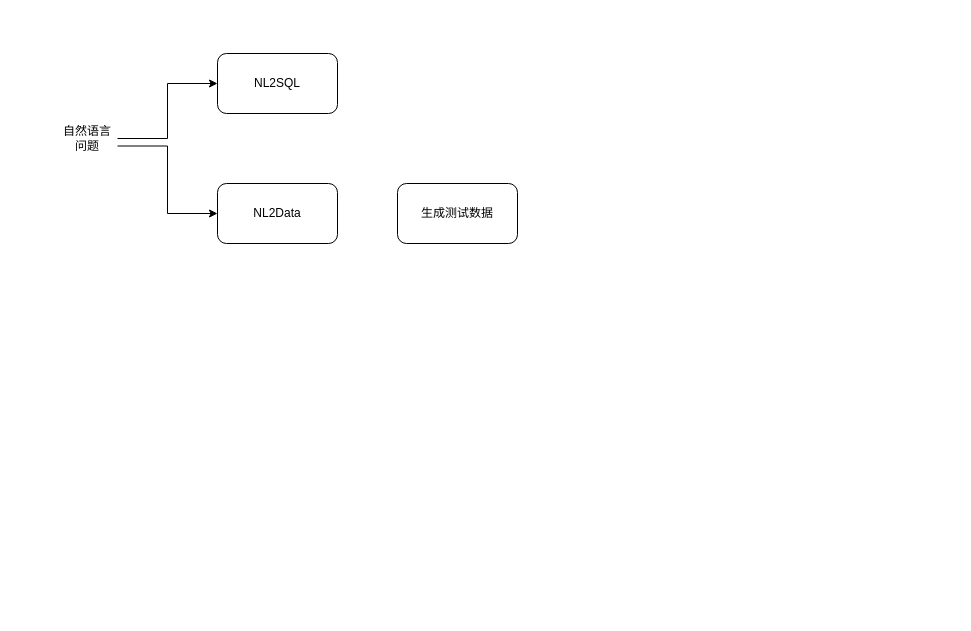
The draw.io diagram 未命名绘图.drawio in tyro-li/hello, before the edit. Source tidied: cells renumbered, new cells numbered last; positions are measured from the earlier drawing's top-left corner, leaving out a move shared by most shapes. Both pictures are drawn from the tidied source at 100%, with x=0, y=0 at pixel (57, 53).
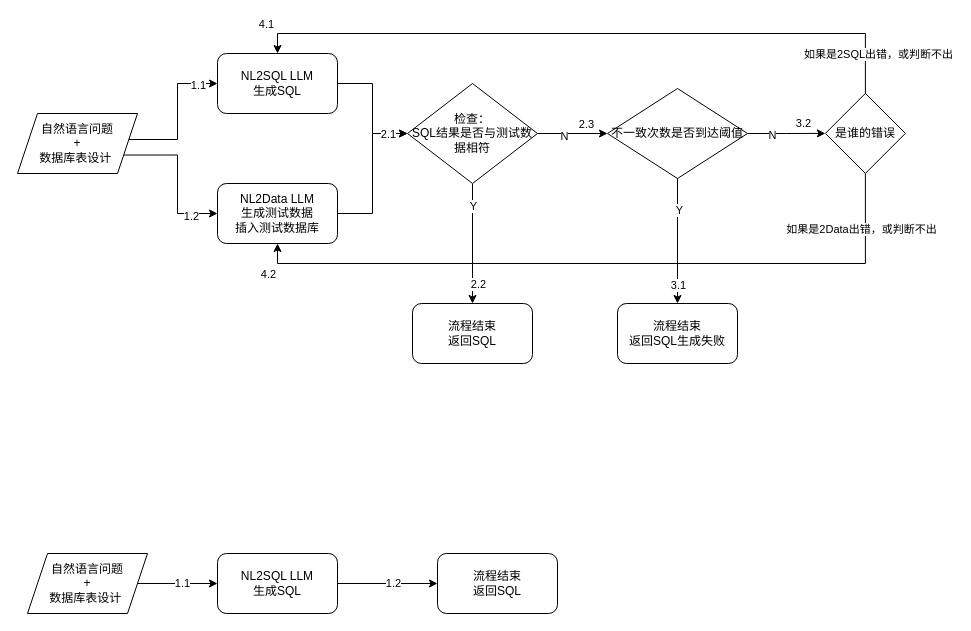
Above is the later version.

Commit message:
更新未命名绘图.drawio

Change to the diagram source:
```diff
@@
+    <mxCell id="8" style="edgeStyle=orthogonalEdgeStyle;rounded=0;jettySize=auto;html=1;exitX=1;exitY=0.5;exitDx=0;exitDy=0;entryX=0;entryY=0.5;entryDx=0;entryDy=0;" parent="1" edge="1" source="2" target="19">
+      <mxGeometry relative="1" as="geometry" />
+    </mxCell>
-    <mxCell id="2" value="NL2SQL" style="rounded=1;whiteSpace=wrap;html=1;" parent="1" vertex="1">
+    <mxCell id="2" value="NL2SQL LLM&lt;div&gt;生成SQL&lt;/div&gt;" style="rounded=1;whiteSpace=wrap;html=1;" parent="1" vertex="1">
       <mxGeometry x="160" width="120" height="60" as="geometry" />
     </mxCell>
+    <mxCell id="9" style="edgeStyle=orthogonalEdgeStyle;rounded=0;jettySize=auto;html=1;exitX=1;exitY=0.5;exitDx=0;exitDy=0;entryX=0;entryY=0.5;entryDx=0;entryDy=0;" parent="1" edge="1" source="3" target="19">
+      <mxGeometry relative="1" as="geometry" />
+    </mxCell>
+    <mxCell id="10" value="2.1" style="edgeLabel;html=1;align=center;verticalAlign=middle;" parent="9" vertex="1">
+      <mxGeometry x="0.73" relative="1" as="geometry" />
+    </mxCell>
-    <mxCell id="3" value="NL2Data" style="rounded=1;whiteSpace=wrap;html=1;" parent="1" vertex="1">
+    <mxCell id="3" value="NL2Data LLM&lt;div&gt;生成测试数据&lt;/div&gt;&lt;div&gt;插入测试数据库&lt;/div&gt;" style="rounded=1;whiteSpace=wrap;html=1;" parent="1" vertex="1">
       <mxGeometry x="160" y="130" width="120" height="60" as="geometry" />
     </mxCell>
-    <mxCell id="4" style="edgeStyle=orthogonalEdgeStyle;rounded=0;jettySize=auto;html=1;exitX=1;exitY=0.5;exitDx=0;exitDy=0;entryX=0;entryY=0.5;entryDx=0;entryDy=0;" parent="1" edge="1" source="6" target="2">
-      <mxGeometry relative="1" as="geometry" />
+    <mxCell id="4" style="edgeStyle=orthogonalEdgeStyle;rounded=0;jettySize=auto;html=1;exitX=1;exitY=0.5;exitDx=0;exitDy=0;entryX=0;entryY=0.5;entryDx=0;entryDy=0;" parent="1" edge="1" target="2">
+      <mxGeometry relative="1" as="geometry">
+        <mxPoint x="60" y="85" as="sourcePoint" />
+        <Array as="points">
+          <mxPoint x="60" y="86" />
+          <mxPoint x="120" y="86" />
+          <mxPoint x="120" y="30" />
+        </Array>
+      </mxGeometry>
     </mxCell>
+    <mxCell id="11" value="1.1" style="edgeLabel;html=1;align=center;verticalAlign=middle;" parent="4" vertex="1">
+      <mxGeometry x="0.47" y="-1" relative="1" as="geometry">
+        <mxPoint x="19" y="-1" as="offset" />
+      </mxGeometry>
+    </mxCell>
-    <mxCell id="5" style="edgeStyle=orthogonalEdgeStyle;rounded=0;jettySize=auto;html=1;exitX=1;exitY=0.75;exitDx=0;exitDy=0;entryX=0;entryY=0.5;entryDx=0;entryDy=0;" parent="1" edge="1" source="6" target="3">
+    <mxCell id="5" style="edgeStyle=orthogonalEdgeStyle;rounded=0;jettySize=auto;html=1;exitX=1;exitY=0.75;exitDx=0;exitDy=0;entryX=0;entryY=0.5;entryDx=0;entryDy=0;" parent="1" edge="1" source="21" target="3">
       <mxGeometry relative="1" as="geometry" />
     </mxCell>
-    <mxCell id="6" value="自然语言问题" style="text;html=1;align=center;verticalAlign=middle;whiteSpace=wrap;rounded=0;" parent="1" vertex="1">
-      <mxGeometry y="70" width="60" height="30" as="geometry" />
-    </mxCell>
-    <mxCell id="7" value="生成测试数据" style="rounded=1;whiteSpace=wrap;html=1;" parent="1" vertex="1">
-      <mxGeometry x="340" y="130" width="120" height="60" as="geometry" />
-    </mxCell>
+    <mxCell id="12" value="1.2" style="edgeLabel;html=1;align=center;verticalAlign=middle;" parent="5" vertex="1">
+      <mxGeometry x="0.65" y="-2" relative="1" as="geometry" />
+    </mxCell>
+    <mxCell id="13" style="edgeStyle=orthogonalEdgeStyle;rounded=0;jettySize=auto;html=1;exitX=0.5;exitY=1;exitDx=0;exitDy=0;entryX=0.5;entryY=0;entryDx=0;entryDy=0;" parent="1" edge="1" source="19" target="20">
+      <mxGeometry relative="1" as="geometry" />
+    </mxCell>
+    <mxCell id="14" value="Y" style="edgeLabel;html=1;align=center;verticalAlign=middle;" parent="13" vertex="1">
+      <mxGeometry x="-0.63" relative="1" as="geometry" />
+    </mxCell>
+    <mxCell id="15" value="2.2" style="edgeLabel;html=1;align=center;verticalAlign=middle;" parent="13" vertex="1">
+      <mxGeometry x="-0.32" relative="1" as="geometry">
+        <mxPoint x="5" y="59" as="offset" />
+      </mxGeometry>
+    </mxCell>
+    <mxCell id="16" style="edgeStyle=orthogonalEdgeStyle;rounded=0;jettySize=auto;html=1;exitX=1;exitY=0.5;exitDx=0;exitDy=0;entryX=0;entryY=0.5;entryDx=0;entryDy=0;" parent="1" edge="1" source="19" target="32">
+      <mxGeometry relative="1" as="geometry" />
+    </mxCell>
+    <mxCell id="17" value="N" style="edgeLabel;html=1;align=center;verticalAlign=middle;" parent="16" vertex="1">
+      <mxGeometry x="-0.27" y="-2" relative="1" as="geometry" />
+    </mxCell>
+    <mxCell id="18" value="2.3" style="edgeLabel;html=1;align=center;verticalAlign=middle;" parent="16" vertex="1">
+      <mxGeometry x="0.37" relative="1" as="geometry">
+        <mxPoint y="-10" as="offset" />
+      </mxGeometry>
+    </mxCell>
+    <mxCell id="19" value="检查：&lt;div&gt;SQL结果是否与测试数据相符&lt;/div&gt;" style="rhombus;whiteSpace=wrap;html=1;" parent="1" vertex="1">
+      <mxGeometry x="350" y="30" width="130" height="100" as="geometry" />
+    </mxCell>
+    <mxCell id="20" value="流程结束&lt;div&gt;返回SQL&lt;/div&gt;" style="rounded=1;whiteSpace=wrap;html=1;" parent="1" vertex="1">
+      <mxGeometry x="355" y="250" width="120" height="60" as="geometry" />
+    </mxCell>
+    <mxCell id="21" value="自然语言问题&lt;div&gt;+&lt;/div&gt;&lt;div&gt;数据库表设计&amp;nbsp;&lt;/div&gt;" style="shape=parallelogram;perimeter=parallelogramPerimeter;whiteSpace=wrap;html=1;fixedSize=1;" parent="1" vertex="1">
+      <mxGeometry x="-40" y="60" width="120" height="60" as="geometry" />
+    </mxCell>
+    <mxCell id="22" style="edgeStyle=orthogonalEdgeStyle;rounded=0;jettySize=auto;html=1;exitX=0.5;exitY=0;exitDx=0;exitDy=0;entryX=0.5;entryY=0;entryDx=0;entryDy=0;" parent="1" edge="1" source="28" target="2">
+      <mxGeometry relative="1" as="geometry" />
+    </mxCell>
+    <mxCell id="23" value="如果是2SQL出错，或判断不出" style="edgeLabel;html=1;align=center;verticalAlign=middle;" parent="22" vertex="1">
+      <mxGeometry x="-0.04" y="5" relative="1" as="geometry">
+        <mxPoint x="274" y="15" as="offset" />
+      </mxGeometry>
+    </mxCell>
+    <mxCell id="24" value="4.1" style="edgeLabel;html=1;align=center;verticalAlign=middle;" parent="22" vertex="1">
+      <mxGeometry x="-0.41" relative="1" as="geometry">
+        <mxPoint x="-462" y="-10" as="offset" />
+      </mxGeometry>
+    </mxCell>
+    <mxCell id="25" style="edgeStyle=orthogonalEdgeStyle;rounded=0;jettySize=auto;html=1;exitX=0.5;exitY=1;exitDx=0;exitDy=0;entryX=0.5;entryY=1;entryDx=0;entryDy=0;" parent="1" edge="1" source="28" target="3">
+      <mxGeometry relative="1" as="geometry" />
+    </mxCell>
+    <mxCell id="26" value="如果是2Data出错，或判断不出" style="edgeLabel;html=1;align=center;verticalAlign=middle;" parent="25" vertex="1">
+      <mxGeometry x="-0.84" y="-4" relative="1" as="geometry" />
+    </mxCell>
+    <mxCell id="27" value="4.2" style="edgeLabel;html=1;align=center;verticalAlign=middle;" parent="25" vertex="1">
+      <mxGeometry x="0.9" y="3" relative="1" as="geometry">
+        <mxPoint x="-25" y="7" as="offset" />
+      </mxGeometry>
+    </mxCell>
+    <mxCell id="28" value="是谁的错误" style="rhombus;whiteSpace=wrap;html=1;" parent="1" vertex="1">
+      <mxGeometry x="767.9" y="39.9" width="80" height="80" as="geometry" />
+    </mxCell>
+    <mxCell id="29" style="edgeStyle=orthogonalEdgeStyle;rounded=0;jettySize=auto;html=1;exitX=1;exitY=0.5;exitDx=0;exitDy=0;entryX=0;entryY=0.5;entryDx=0;entryDy=0;" parent="1" edge="1" source="32" target="28">
+      <mxGeometry relative="1" as="geometry" />
+    </mxCell>
+    <mxCell id="30" value="N" style="edgeLabel;html=1;align=center;verticalAlign=middle;" parent="29" vertex="1">
+      <mxGeometry x="-0.39" y="-1" relative="1" as="geometry" />
+    </mxCell>
+    <mxCell id="31" value="3.2" style="edgeLabel;html=1;align=center;verticalAlign=middle;" parent="29" vertex="1">
+      <mxGeometry x="0.44" y="1" relative="1" as="geometry">
+        <mxPoint y="-9" as="offset" />
+      </mxGeometry>
+    </mxCell>
+    <mxCell id="32" value="不一致次数是否到达阈值" style="rhombus;whiteSpace=wrap;html=1;" parent="1" vertex="1">
+      <mxGeometry x="550" y="35" width="140" height="90" as="geometry" />
+    </mxCell>
+    <mxCell id="33" value="流程结束&lt;div&gt;返回SQL生成失败&lt;/div&gt;" style="rounded=1;whiteSpace=wrap;html=1;" parent="1" vertex="1">
+      <mxGeometry x="560" y="250" width="120" height="60" as="geometry" />
+    </mxCell>
+    <mxCell id="34" style="edgeStyle=orthogonalEdgeStyle;rounded=0;jettySize=auto;html=1;exitX=0.5;exitY=1;exitDx=0;exitDy=0;" parent="1" edge="1" source="32" target="33">
+      <mxGeometry relative="1" as="geometry" />
+    </mxCell>
+    <mxCell id="35" value="Y" style="edgeLabel;html=1;align=center;verticalAlign=middle;" parent="34" vertex="1">
+      <mxGeometry x="-0.5" y="1" relative="1" as="geometry" />
+    </mxCell>
+    <mxCell id="36" value="3.1" style="edgeLabel;html=1;align=center;verticalAlign=middle;" parent="34" vertex="1">
+      <mxGeometry x="0.7" relative="1" as="geometry" />
+    </mxCell>
+    <mxCell id="37" style="edgeStyle=orthogonalEdgeStyle;rounded=0;jettySize=auto;html=1;exitX=1;exitY=0.5;exitDx=0;exitDy=0;entryX=0;entryY=0.5;entryDx=0;entryDy=0;" parent="1" edge="1" source="39" target="42">
+      <mxGeometry relative="1" as="geometry" />
+    </mxCell>
+    <mxCell id="38" value="1.1" style="edgeLabel;html=1;align=center;verticalAlign=middle;" parent="37" vertex="1">
+      <mxGeometry x="0.1" y="1" relative="1" as="geometry" />
+    </mxCell>
+    <mxCell id="39" value="自然语言问题&lt;div&gt;+&lt;/div&gt;&lt;div&gt;数据库表设计&amp;nbsp;&lt;/div&gt;" style="shape=parallelogram;perimeter=parallelogramPerimeter;whiteSpace=wrap;html=1;fixedSize=1;" parent="1" vertex="1">
+      <mxGeometry x="-30" y="500" width="120" height="60" as="geometry" />
+    </mxCell>
+    <mxCell id="40" style="edgeStyle=orthogonalEdgeStyle;rounded=0;jettySize=auto;html=1;exitX=1;exitY=0.5;exitDx=0;exitDy=0;entryX=0;entryY=0.5;entryDx=0;entryDy=0;" parent="1" edge="1" source="42" target="43">
+      <mxGeometry relative="1" as="geometry" />
+    </mxCell>
+    <mxCell id="41" value="1.2" style="edgeLabel;html=1;align=center;verticalAlign=middle;" parent="40" vertex="1">
+      <mxGeometry x="0.1" y="1" relative="1" as="geometry" />
+    </mxCell>
+    <mxCell id="42" value="NL2SQL LLM&lt;div&gt;生成SQL&lt;/div&gt;" style="rounded=1;whiteSpace=wrap;html=1;" parent="1" vertex="1">
+      <mxGeometry x="160" y="500" width="120" height="60" as="geometry" />
+    </mxCell>
+    <mxCell id="43" value="流程结束&lt;div&gt;返回SQL&lt;/div&gt;" style="rounded=1;whiteSpace=wrap;html=1;" parent="1" vertex="1">
+      <mxGeometry x="380" y="500" width="120" height="60" as="geometry" />
+    </mxCell>
```
